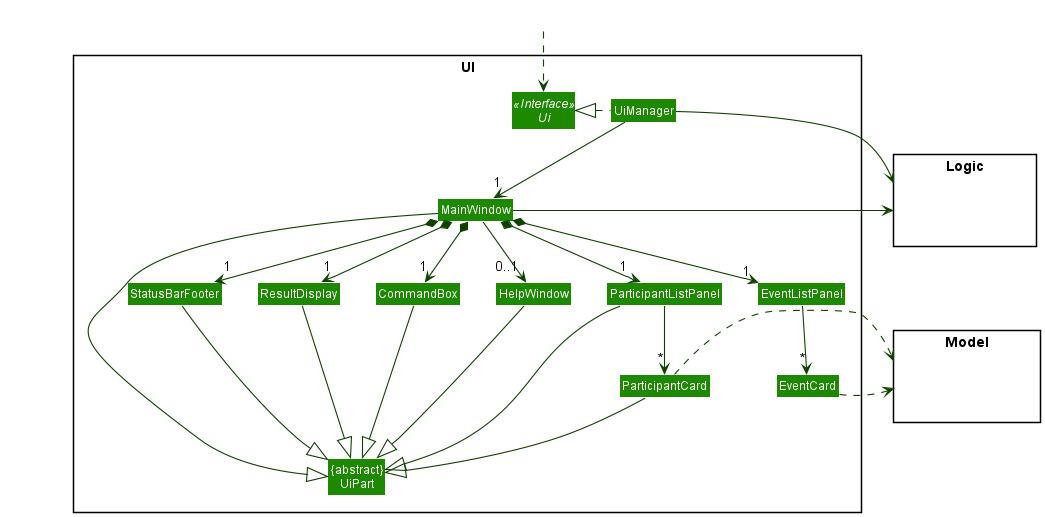
Above: docs/images/UiClassDiagram.png in nus-cs2103-AY2122S1/tp (PlantUML), before the change.
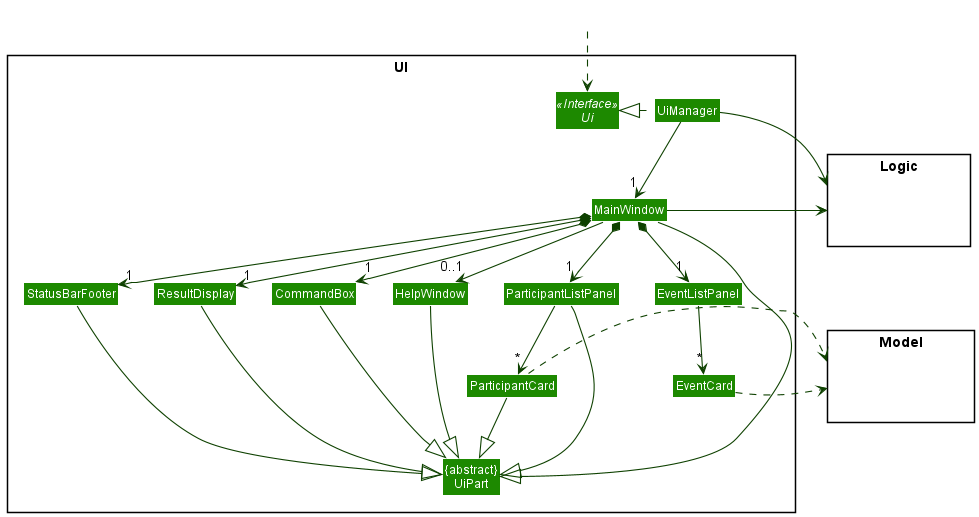
Later version of the same file.

Commit message:
Update UiClassDiagram to remove white spaces on the left

The edit, as a diff of the source:
```diff
@@ -42,17 +42,17 @@
 EventListPanel -down-> "*" EventCard
 ParticipantListPanel -down-> "*" ParticipantCard
 
-MainWindow -left-|> UiPart
+MainWindow --|> UiPart
 
-ResultDisplay --|> UiPart
-CommandBox --|> UiPart
-ParticipantListPanel --|> UiPart
-ParticipantCard --|> UiPart
-StatusBarFooter --|> UiPart
-HelpWindow --|> UiPart
+ResultDisplay -down-|> UiPart
+CommandBox -down-|> UiPart
+ParticipantListPanel -down-|> UiPart
+ParticipantCard -down-|> UiPart
+StatusBarFooter -down-|> UiPart
+HelpWindow -down-|> UiPart
 
-EventCard .> Model
-ParticipantCard .> Model
+EventCard .right.> Model
+ParticipantCard .right.> Model
 UiManager -right-> Logic
 MainWindow -left-> Logic
 
```
